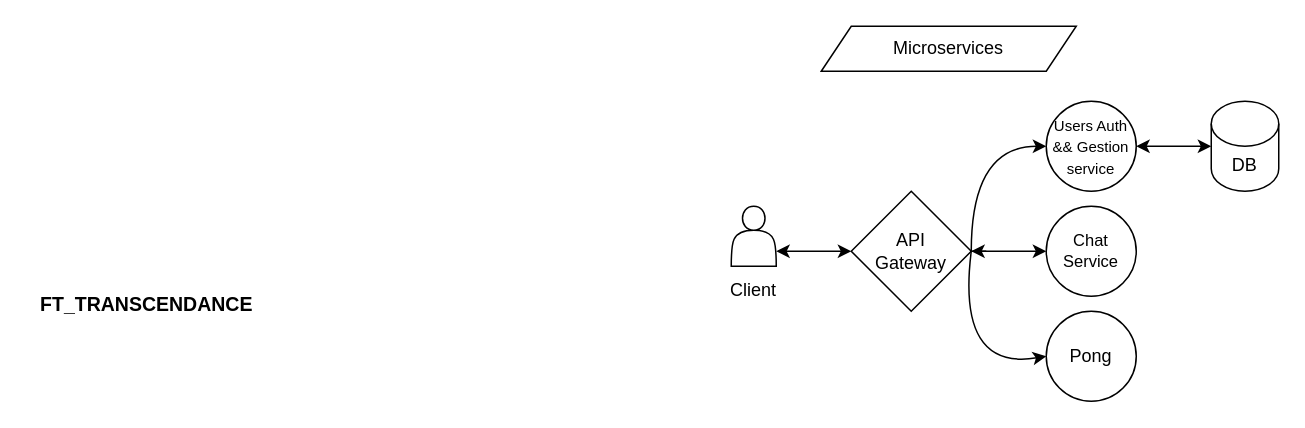
Above: diagram.drawio in drogonj/ft_transcendence (draw.io), before the change. Source tidied: cells renumbered, new cells numbered last; positions are measured from the earlier drawing's top-left corner, leaving out a move shared by most shapes. Both pictures are drawn from the tidied source at 150%, with x=0, y=0 at pixel (26, 26).
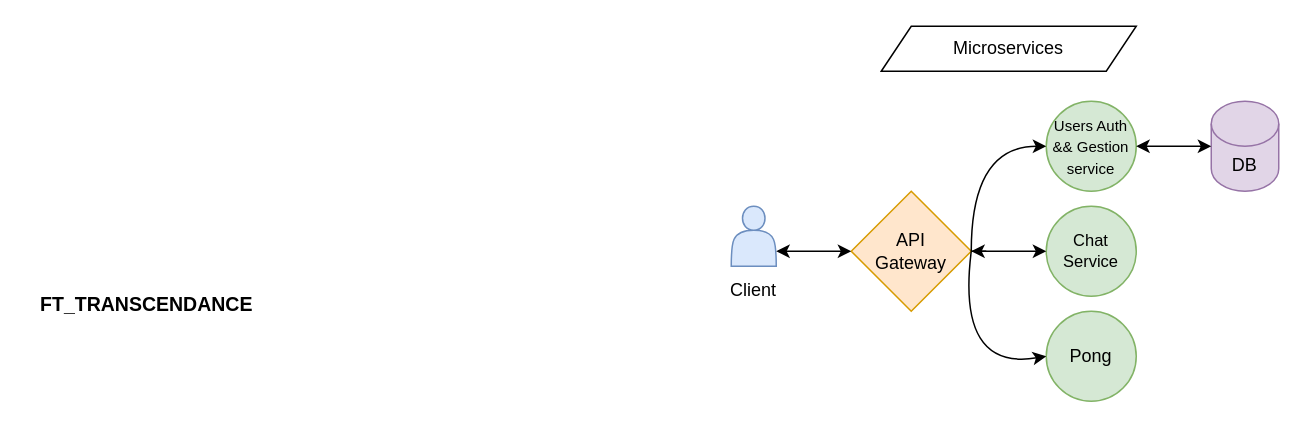
After the change.

What changed in the source:
```diff
@@
     <mxCell id="3" value="Microservices" style="shape=parallelogram;perimeter=parallelogramPerimeter;whiteSpace=wrap;html=1;fixedSize=1;" parent="1" vertex="1">
-      <mxGeometry x="530" width="170" height="30" as="geometry" />
+      <mxGeometry x="570" width="170" height="30" as="geometry" />
     </mxCell>
-    <mxCell id="4" value="&lt;div&gt;&lt;br&gt;&lt;/div&gt;&lt;div&gt;&lt;br&gt;&lt;/div&gt;&lt;div&gt;&lt;br&gt;&lt;/div&gt;&lt;div&gt;&lt;br&gt;&lt;/div&gt;&lt;div&gt;&lt;br&gt;&lt;/div&gt;&lt;div&gt;Client&lt;/div&gt;" style="shape=actor;whiteSpace=wrap;html=1;" parent="1" vertex="1">
+    <mxCell id="4" value="&lt;div&gt;&lt;br&gt;&lt;/div&gt;&lt;div&gt;&lt;br&gt;&lt;/div&gt;&lt;div&gt;&lt;br&gt;&lt;/div&gt;&lt;div&gt;&lt;br&gt;&lt;/div&gt;&lt;div&gt;&lt;br&gt;&lt;/div&gt;&lt;div&gt;Client&lt;/div&gt;" style="shape=actor;whiteSpace=wrap;html=1;fillColor=#dae8fc;strokeColor=#6c8ebf;" parent="1" vertex="1">
       <mxGeometry x="470" y="120" width="30" height="40" as="geometry" />
     </mxCell>
-    <mxCell id="5" value="&lt;div&gt;API&lt;/div&gt;&lt;div&gt;Gateway&lt;/div&gt;" style="rhombus;whiteSpace=wrap;html=1;" parent="1" vertex="1">
+    <mxCell id="5" value="&lt;div&gt;API&lt;/div&gt;&lt;div&gt;Gateway&lt;/div&gt;" style="rhombus;whiteSpace=wrap;html=1;fillColor=#ffe6cc;strokeColor=#d79b00;" parent="1" vertex="1">
       <mxGeometry x="550" y="110" width="80" height="80" as="geometry" />
     </mxCell>
@@
-    <mxCell id="7" value="&lt;font style=&quot;font-size: 10px;&quot;&gt;Users Auth &amp;amp;&amp;amp; Gestion service&lt;br&gt;&lt;/font&gt;" style="ellipse;whiteSpace=wrap;html=1;" parent="1" vertex="1">
+    <mxCell id="7" value="&lt;font style=&quot;font-size: 10px;&quot;&gt;Users Auth &amp;amp;&amp;amp; Gestion service&lt;br&gt;&lt;/font&gt;" style="ellipse;whiteSpace=wrap;html=1;fillColor=#d5e8d4;strokeColor=#82b366;" parent="1" vertex="1">
       <mxGeometry x="680" y="50" width="60" height="60" as="geometry" />
     </mxCell>
-    <mxCell id="8" value="&lt;div style=&quot;font-size: 11px;&quot;&gt;&lt;font style=&quot;font-size: 11px;&quot;&gt;Chat&lt;/font&gt;&lt;/div&gt;&lt;div style=&quot;font-size: 11px;&quot;&gt;&lt;font style=&quot;font-size: 11px;&quot;&gt;&lt;font style=&quot;font-size: 11px;&quot;&gt;Service&lt;/font&gt;&lt;font style=&quot;font-size: 11px;&quot;&gt;&lt;br&gt;&lt;/font&gt;&lt;/font&gt;&lt;/div&gt;" style="ellipse;whiteSpace=wrap;html=1;" parent="1" vertex="1">
+    <mxCell id="8" value="&lt;div style=&quot;font-size: 11px;&quot;&gt;&lt;font style=&quot;font-size: 11px;&quot;&gt;Chat&lt;/font&gt;&lt;/div&gt;&lt;div style=&quot;font-size: 11px;&quot;&gt;&lt;font style=&quot;font-size: 11px;&quot;&gt;&lt;font style=&quot;font-size: 11px;&quot;&gt;Service&lt;/font&gt;&lt;font style=&quot;font-size: 11px;&quot;&gt;&lt;br&gt;&lt;/font&gt;&lt;/font&gt;&lt;/div&gt;" style="ellipse;whiteSpace=wrap;html=1;fillColor=#d5e8d4;strokeColor=#82b366;" parent="1" vertex="1">
       <mxGeometry x="680" y="120" width="60" height="60" as="geometry" />
     </mxCell>
-    <mxCell id="9" value="Pong" style="ellipse;whiteSpace=wrap;html=1;" parent="1" vertex="1">
+    <mxCell id="9" value="Pong" style="ellipse;whiteSpace=wrap;html=1;fillColor=#d5e8d4;strokeColor=#82b366;" parent="1" vertex="1">
       <mxGeometry x="680" y="190" width="60" height="60" as="geometry" />
     </mxCell>
@@
-    <mxCell id="14" value="DB" style="shape=cylinder3;whiteSpace=wrap;html=1;boundedLbl=1;backgroundOutline=1;size=15;" parent="1" vertex="1">
+    <mxCell id="14" value="DB" style="shape=cylinder3;whiteSpace=wrap;html=1;boundedLbl=1;backgroundOutline=1;size=15;fillColor=#e1d5e7;strokeColor=#9673a6;" parent="1" vertex="1">
       <mxGeometry x="790" y="50" width="45" height="60" as="geometry" />
     </mxCell>
```
